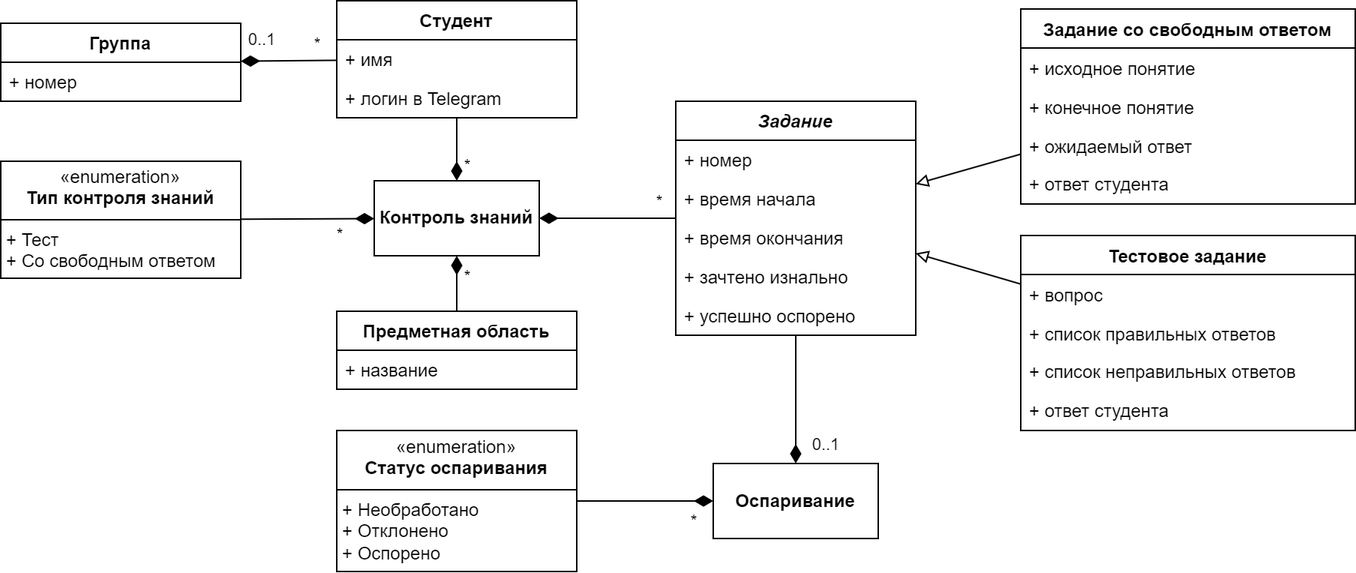
This is docs/diagrams/bot_domain.png from aVorotnikov/ontologer, a draw.io export, as it was before one commit. Source tidied: cells renumbered, new cells last; positions are measured from the earlier drawing's top-left corner, leaving out a move shared by most shapes.
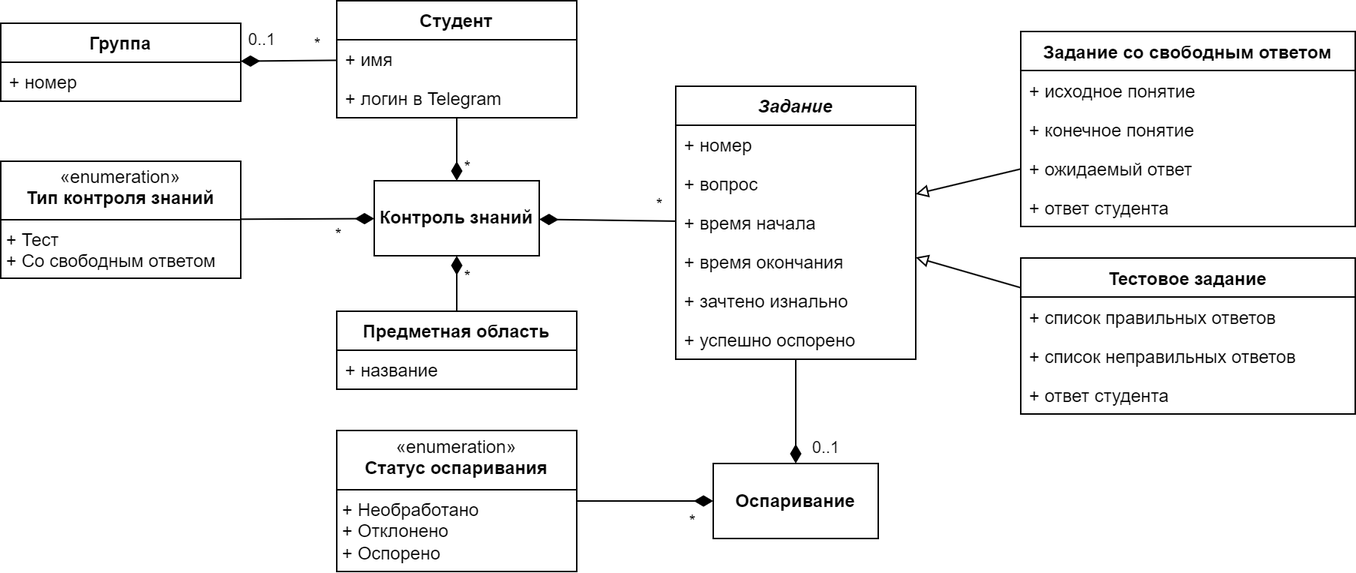
After the commit.

Diff of the diagram source:
```diff
@@ -53,22 +53,25 @@
       </mxGeometry>
     </mxCell>
     <mxCell id="16" value="&lt;i&gt;Задание&lt;/i&gt;" style="swimlane;fontStyle=1;align=center;verticalAlign=top;horizontal=1;startSize=26;whiteSpace=wrap;html=1;" parent="1" vertex="1">
-      <mxGeometry x="450" y="67" width="160" height="156" as="geometry" />
+      <mxGeometry x="450" y="57" width="160" height="182" as="geometry" />
     </mxCell>
     <mxCell id="17" value="+ номер" style="text;strokeColor=none;fillColor=none;align=left;verticalAlign=top;spacingLeft=4;spacingRight=4;overflow=hidden;whiteSpace=wrap;html=1;" parent="16" vertex="1">
       <mxGeometry y="26" width="160" height="26" as="geometry" />
     </mxCell>
+    <mxCell id="34" value="+ вопрос" style="text;strokeColor=none;fillColor=none;align=left;verticalAlign=top;spacingLeft=4;spacingRight=4;overflow=hidden;whiteSpace=wrap;html=1;" parent="16" vertex="1">
+      <mxGeometry y="52" width="160" height="26" as="geometry" />
+    </mxCell>
     <mxCell id="18" value="+ время начала" style="text;strokeColor=none;fillColor=none;align=left;verticalAlign=top;spacingLeft=4;spacingRight=4;overflow=hidden;whiteSpace=wrap;html=1;" parent="16" vertex="1">
-      <mxGeometry y="52" width="160" height="26" as="geometry" />
+      <mxGeometry y="78" width="160" height="26" as="geometry" />
     </mxCell>
     <mxCell id="19" value="+ время окончания" style="text;strokeColor=none;fillColor=none;align=left;verticalAlign=top;spacingLeft=4;spacingRight=4;overflow=hidden;whiteSpace=wrap;html=1;" parent="16" vertex="1">
-      <mxGeometry y="78" width="160" height="26" as="geometry" />
+      <mxGeometry y="104" width="160" height="26" as="geometry" />
     </mxCell>
     <mxCell id="20" value="+ зачтено изнально" style="text;strokeColor=none;fillColor=none;align=left;verticalAlign=top;spacingLeft=4;spacingRight=4;overflow=hidden;whiteSpace=wrap;html=1;" parent="16" vertex="1">
-      <mxGeometry y="104" width="160" height="26" as="geometry" />
+      <mxGeometry y="130" width="160" height="26" as="geometry" />
     </mxCell>
     <mxCell id="21" value="+ успешно оспорено" style="text;strokeColor=none;fillColor=none;align=left;verticalAlign=top;spacingLeft=4;spacingRight=4;overflow=hidden;whiteSpace=wrap;html=1;" parent="16" vertex="1">
-      <mxGeometry y="130" width="160" height="26" as="geometry" />
+      <mxGeometry y="156" width="160" height="26" as="geometry" />
     </mxCell>
     <mxCell id="22" value="&lt;b&gt;Оспаривание&lt;/b&gt;" style="html=1;whiteSpace=wrap;" parent="1" vertex="1">
       <mxGeometry x="475" y="308.5" width="110" height="50" as="geometry" />
@@ -93,7 +96,7 @@
       </mxGeometry>
     </mxCell>
     <mxCell id="28" value="Задание со свободным ответом" style="swimlane;fontStyle=1;align=center;verticalAlign=top;horizontal=1;startSize=26;whiteSpace=wrap;html=1;" parent="1" vertex="1">
-      <mxGeometry x="680" y="5.5" width="223" height="130" as="geometry" />
+      <mxGeometry x="680" y="20.5" width="223" height="130" as="geometry" />
     </mxCell>
     <mxCell id="29" value="+ исходное понятие" style="text;strokeColor=none;fillColor=none;align=left;verticalAlign=top;spacingLeft=4;spacingRight=4;overflow=hidden;whiteSpace=wrap;html=1;" parent="28" vertex="1">
       <mxGeometry y="26" width="223" height="26" as="geometry" />
@@ -108,19 +111,16 @@
       <mxGeometry y="104" width="223" height="26" as="geometry" />
     </mxCell>
     <mxCell id="33" value="Тестовое задание" style="swimlane;fontStyle=1;align=center;verticalAlign=top;horizontal=1;startSize=26;whiteSpace=wrap;html=1;" parent="1" vertex="1">
-      <mxGeometry x="680" y="156.5" width="223" height="130" as="geometry" />
+      <mxGeometry x="680" y="171.5" width="223" height="104" as="geometry" />
     </mxCell>
-    <mxCell id="34" value="+ вопрос" style="text;strokeColor=none;fillColor=none;align=left;verticalAlign=top;spacingLeft=4;spacingRight=4;overflow=hidden;whiteSpace=wrap;html=1;" parent="33" vertex="1">
-      <mxGeometry y="26" width="223" height="26" as="geometry" />
-    </mxCell>
     <mxCell id="35" value="+ список правильных ответов" style="text;strokeColor=none;fillColor=none;align=left;verticalAlign=top;spacingLeft=4;spacingRight=4;overflow=hidden;whiteSpace=wrap;html=1;" parent="33" vertex="1">
-      <mxGeometry y="52" width="223" height="26" as="geometry" />
+      <mxGeometry y="26" width="223" height="26" as="geometry" />
     </mxCell>
     <mxCell id="36" value="+ список неправильных ответов" style="text;strokeColor=none;fillColor=none;align=left;verticalAlign=top;spacingLeft=4;spacingRight=4;overflow=hidden;whiteSpace=wrap;html=1;" parent="33" vertex="1">
-      <mxGeometry y="78" width="223" height="26" as="geometry" />
+      <mxGeometry y="52" width="223" height="26" as="geometry" />
     </mxCell>
     <mxCell id="37" value="+ ответ студента" style="text;strokeColor=none;fillColor=none;align=left;verticalAlign=top;spacingLeft=4;spacingRight=4;overflow=hidden;whiteSpace=wrap;html=1;" parent="33" vertex="1">
-      <mxGeometry y="104" width="223" height="26" as="geometry" />
+      <mxGeometry y="78" width="223" height="26" as="geometry" />
     </mxCell>
     <mxCell id="38" value="&lt;p style=&quot;margin:0px;margin-top:4px;text-align:center;&quot;&gt;«enumeration»&lt;br&gt;&lt;b&gt;Тип контроля знаний&lt;/b&gt;&lt;br&gt;&lt;/p&gt;&lt;hr size=&quot;1&quot; style=&quot;border-style:solid;&quot;&gt;&lt;p style=&quot;margin:0px;margin-left:4px;&quot;&gt;+ Тест&lt;/p&gt;&lt;p style=&quot;margin:0px;margin-left:4px;&quot;&gt;+ Со свободным ответом&lt;/p&gt;" style="verticalAlign=top;align=left;overflow=fill;html=1;whiteSpace=wrap;" parent="1" vertex="1">
       <mxGeometry y="107" width="160" height="78" as="geometry" />
```
